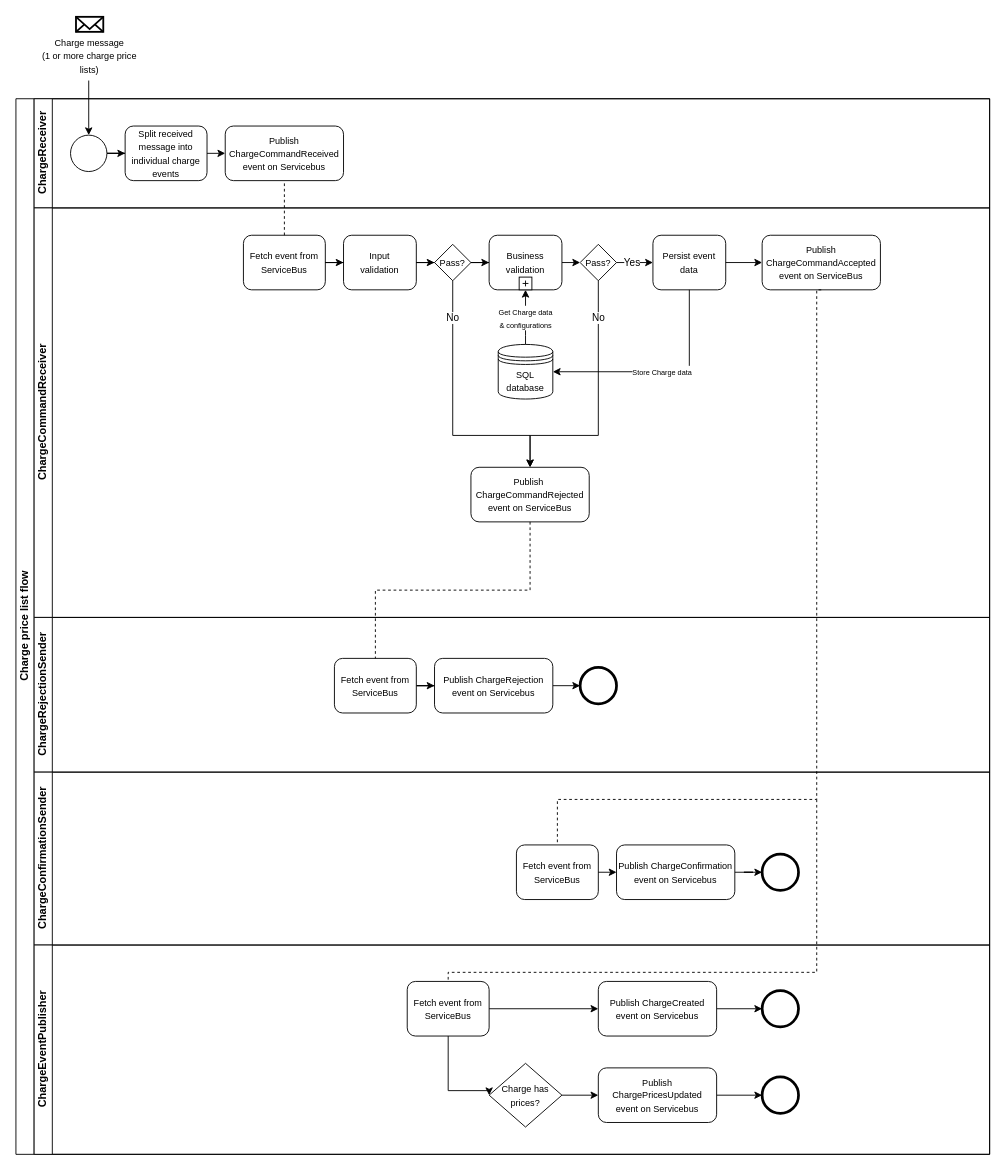
Above: docs/images/ChargePriceListProcessFlow.drawio in Energinet-DataHub/ARCHIVED-geh-charges (draw.io), before the change. Source tidied: cells renumbered, new cells numbered last; positions are measured from the earlier drawing's top-left corner, leaving out a move shared by most shapes. Both pictures are drawn from the tidied source at 91%, with x=0, y=0 at pixel (15, 16).
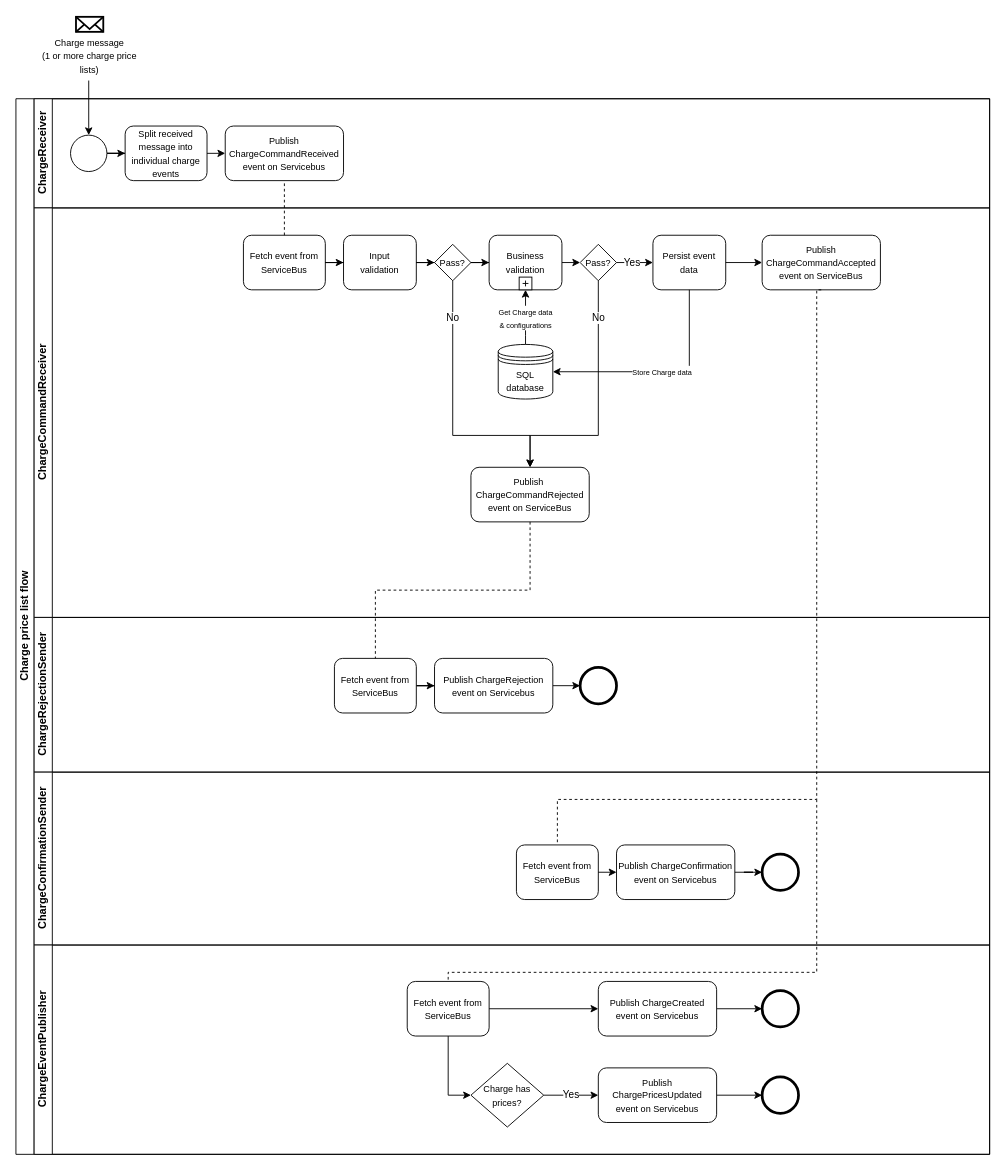
The same diagram, later.

Commit message (it also covers changes not shown here):
fine adjust diagrams

The change refers to these unchanged cells:
```xml
<mxCell id="43" value="ChargeEventPublisher" style="swimlane;html=1;startSize=20;horizontal=0;" parent="2" vertex="1">
  <mxGeometry x="20" y="930" width="1050" height="230" as="geometry" />
</mxCell>
<mxCell id="48" value="&lt;font style=&quot;font-size: 10px&quot;&gt;Fetch event from ServiceBus&lt;/font&gt;" style="rounded=1;whiteSpace=wrap;html=1;fontFamily=Helvetica;fontSize=12;fontColor=#000000;align=center;" parent="43" vertex="1">
  <mxGeometry x="410" y="40" width="90" height="60" as="geometry" />
</mxCell>
<mxCell id="51" value="&lt;font style=&quot;font-size: 10px&quot;&gt;Publish ChargePricesUpdated&lt;br&gt;event on Servicebus&lt;/font&gt;" style="rounded=1;whiteSpace=wrap;html=1;fontFamily=Helvetica;fontSize=12;fontColor=#000000;align=center;" parent="43" vertex="1">
  <mxGeometry x="620" y="135" width="130" height="60" as="geometry" />
</mxCell>
```

Diff of the diagram source:
```diff
@@
     <mxCell id="47" style="edgeStyle=orthogonalEdgeStyle;rounded=0;jettySize=auto;html=1;entryX=0;entryY=0.5;entryDx=0;entryDy=0;exitX=0.5;exitY=1;exitDx=0;exitDy=0;" parent="43" edge="1" source="48" target="54">
       <mxGeometry relative="1" as="geometry">
         <Array as="points">
-          <mxPoint x="455" y="160" />
+          <mxPoint x="455" y="165" />
         </Array>
       </mxGeometry>
     </mxCell>
@@
-    <mxCell id="53" style="edgeStyle=orthogonalEdgeStyle;rounded=0;jettySize=auto;html=1;entryX=0;entryY=0.5;entryDx=0;entryDy=0;" parent="43" edge="1" source="54" target="51">
+    <mxCell id="53" value="Yes" style="edgeStyle=orthogonalEdgeStyle;rounded=0;jettySize=auto;html=1;entryX=0;entryY=0.5;entryDx=0;entryDy=0;" parent="43" edge="1" source="54" target="51">
       <mxGeometry relative="1" as="geometry" />
     </mxCell>
     <mxCell id="54" value="&lt;font style=&quot;font-size: 10px&quot;&gt;Charge has prices?&lt;/font&gt;" style="rhombus;whiteSpace=wrap;html=1;fontFamily=Helvetica;fontSize=12;fontColor=#000000;align=center;" parent="43" vertex="1">
-      <mxGeometry x="500" y="130" width="80" height="70" as="geometry" />
+      <mxGeometry x="480" y="130" width="80" height="70" as="geometry" />
     </mxCell>
```
